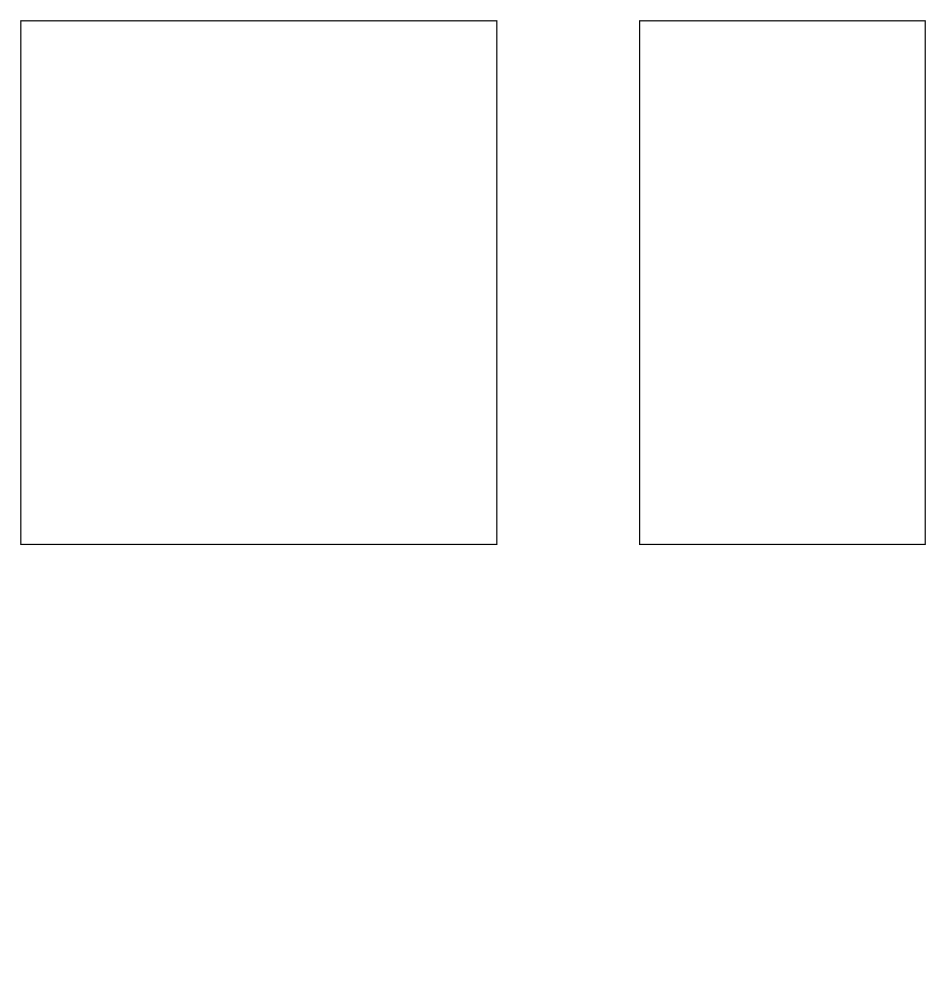
megavad/Diagrams keeps this draw.io diagram as AGVmini.drawio. Above is the earlier version. Source tidied: cells renumbered, new cells numbered last; positions are measured from the earlier drawing's top-left corner, leaving out a move shared by most shapes. Both pictures are drawn from the tidied source at 119%, with x=0, y=0 at pixel (20, 20).
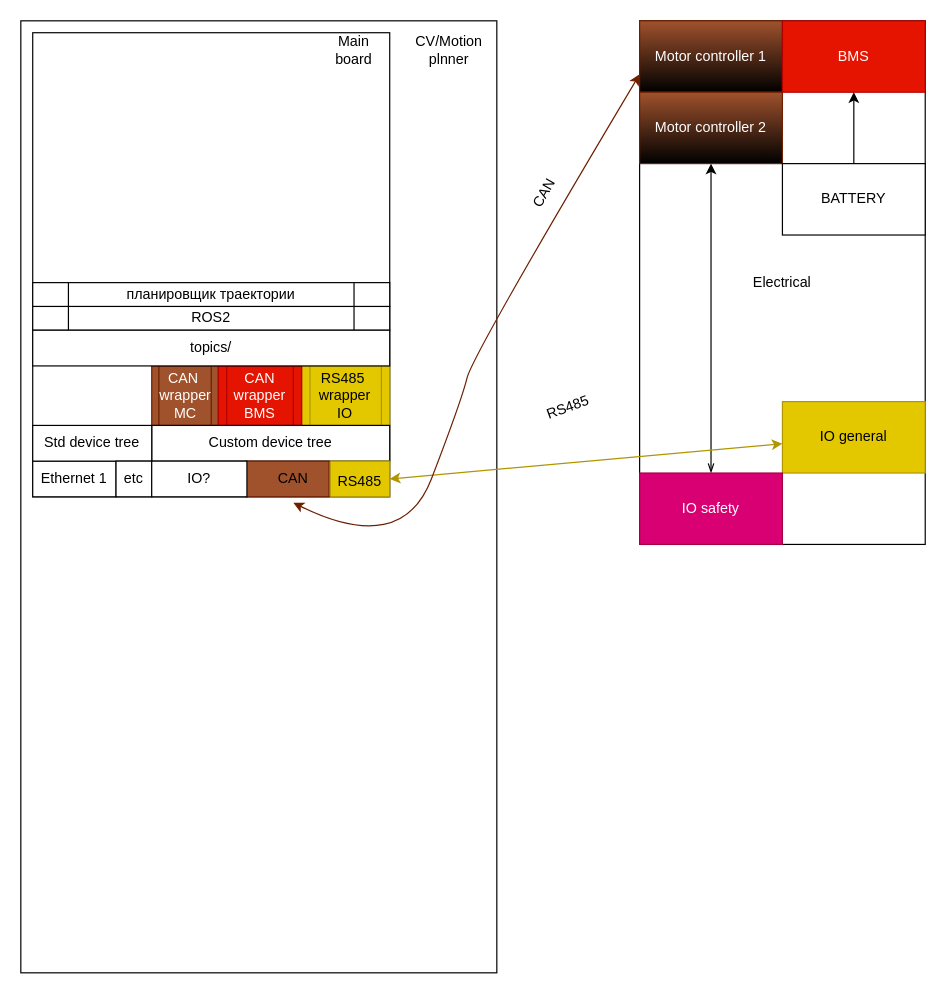
The same page after the edit.

What changed in the source:
```diff
@@
     <mxCell id="2" style="rounded=0;whiteSpace=wrap;html=1;" parent="1" vertex="1">
-      <mxGeometry width="400" height="440" as="geometry" />
+      <mxGeometry width="400" height="800" as="geometry" />
     </mxCell>
-    <mxCell id="3" style="rounded=0;whiteSpace=wrap;html=1;" parent="1" vertex="1">
+    <mxCell id="3" value="Electrical" style="rounded=0;whiteSpace=wrap;html=1;" parent="1" vertex="1">
       <mxGeometry x="520" width="240" height="440" as="geometry" />
     </mxCell>
+    <mxCell id="4" style="rounded=0;whiteSpace=wrap;html=1;" parent="1" vertex="1">
+      <mxGeometry x="10" y="10" width="300" height="390" as="geometry" />
+    </mxCell>
+    <mxCell id="5" value="ROS2" style="shape=process;whiteSpace=wrap;html=1;backgroundOutline=1;" parent="1" vertex="1">
+      <mxGeometry x="10" y="240" width="300" height="20" as="geometry" />
+    </mxCell>
+    <mxCell id="6" value="CV/Motion plnner" style="text;html=1;whiteSpace=wrap;strokeColor=none;fillColor=none;align=center;verticalAlign=middle;rounded=0;" parent="1" vertex="1">
+      <mxGeometry x="330" y="10" width="60" height="30" as="geometry" />
+    </mxCell>
+    <mxCell id="7" value="CAN&amp;nbsp;&lt;div&gt;wrapper&lt;div&gt;MC&lt;/div&gt;&lt;/div&gt;" style="shape=process;whiteSpace=wrap;html=1;backgroundOutline=1;fillColor=#a0522d;fontColor=#ffffff;strokeColor=#6D1F00;gradientColor=none;" parent="1" vertex="1">
+      <mxGeometry x="110" y="290" width="56" height="50" as="geometry" />
+    </mxCell>
+    <mxCell id="8" value="RS485&amp;nbsp;&lt;div&gt;wrapper&lt;/div&gt;&lt;div&gt;IO&lt;/div&gt;" style="shape=process;whiteSpace=wrap;html=1;backgroundOutline=1;fillColor=#e3c800;fontColor=#000000;strokeColor=#B09500;" parent="1" vertex="1">
+      <mxGeometry x="236" y="290" width="74" height="50" as="geometry" />
+    </mxCell>
+    <mxCell id="9" value="Motor controller 1" style="rounded=0;whiteSpace=wrap;html=1;fillColor=#a0522d;strokeColor=#6D1F00;fontColor=#ffffff;gradientColor=default;" parent="1" vertex="1">
+      <mxGeometry x="520" width="120" height="60" as="geometry" />
+    </mxCell>
+    <mxCell id="10" value="Motor controller 2" style="rounded=0;whiteSpace=wrap;html=1;fillColor=#a0522d;fontColor=#ffffff;strokeColor=#6D1F00;gradientColor=default;" parent="1" vertex="1">
+      <mxGeometry x="520" y="60" width="120" height="60" as="geometry" />
+    </mxCell>
+    <mxCell id="11" value="BMS" style="rounded=0;whiteSpace=wrap;html=1;fillColor=#e51400;fontColor=#ffffff;strokeColor=#B20000;" parent="1" vertex="1">
+      <mxGeometry x="640" width="120" height="60" as="geometry" />
+    </mxCell>
+    <mxCell id="12" value="CAN wrapper&lt;div&gt;BMS&lt;/div&gt;" style="shape=process;whiteSpace=wrap;html=1;backgroundOutline=1;fillColor=#e51400;fontColor=#ffffff;strokeColor=#B20000;" parent="1" vertex="1">
+      <mxGeometry x="166" y="290" width="70" height="50" as="geometry" />
+    </mxCell>
+    <mxCell id="13" value="Custom device tree" style="rounded=0;whiteSpace=wrap;html=1;" parent="1" vertex="1">
+      <mxGeometry x="110" y="340" width="200" height="30" as="geometry" />
+    </mxCell>
+    <mxCell id="14" style="group;rotation=90;" parent="1" vertex="1">
+      <mxGeometry x="270" y="370" width="40" height="50" as="geometry" />
+    </mxCell>
+    <mxCell id="15" style="rounded=0;whiteSpace=wrap;html=1;rotation=90;fillColor=#e3c800;fontColor=#000000;strokeColor=#B09500;" parent="14" vertex="1">
+      <mxGeometry y="-10" width="30" height="50" as="geometry" />
+    </mxCell>
+    <mxCell id="16" value="RS485" style="text;html=1;whiteSpace=wrap;strokeColor=none;fillColor=none;align=center;verticalAlign=middle;rounded=0;rotation=0;" parent="14" vertex="1">
+      <mxGeometry x="-5" y="4.2" width="40" height="25" as="geometry" />
+    </mxCell>
+    <mxCell id="17" value="Ethernet 1" style="rounded=0;whiteSpace=wrap;html=1;" parent="1" vertex="1">
+      <mxGeometry x="10" y="370" width="70" height="30" as="geometry" />
+    </mxCell>
+    <mxCell id="18" style="edgeStyle=orthogonalEdgeStyle;rounded=0;orthogonalLoop=1;jettySize=auto;html=1;exitX=0.5;exitY=1;exitDx=0;exitDy=0;" parent="1" edge="1" source="13" target="13">
+      <mxGeometry relative="1" as="geometry" />
+    </mxCell>
+    <mxCell id="19" style="group;rotation=90;" parent="1" vertex="1">
+      <mxGeometry x="204" y="350" width="40" height="70" as="geometry" />
+    </mxCell>
+    <mxCell id="20" style="rounded=0;whiteSpace=wrap;html=1;rotation=90;fillColor=#a0522d;fontColor=#ffffff;strokeColor=#6D1F00;" parent="19" vertex="1">
+      <mxGeometry x="5" width="30" height="70" as="geometry" />
+    </mxCell>
+    <mxCell id="21" value="CAN" style="text;html=1;whiteSpace=wrap;strokeColor=none;fillColor=none;align=center;verticalAlign=middle;rounded=0;rotation=0;" parent="19" vertex="1">
+      <mxGeometry x="5" y="15" width="40" height="40" as="geometry" />
+    </mxCell>
+    <mxCell id="22" value="Std device tree" style="rounded=0;whiteSpace=wrap;html=1;" parent="1" vertex="1">
+      <mxGeometry x="10" y="340" width="100" height="30" as="geometry" />
+    </mxCell>
+    <mxCell id="23" value="etc" style="rounded=0;whiteSpace=wrap;html=1;" parent="1" vertex="1">
+      <mxGeometry x="80" y="370" width="30" height="30" as="geometry" />
+    </mxCell>
+    <mxCell id="24" value="IO?" style="rounded=0;whiteSpace=wrap;html=1;" parent="1" vertex="1">
+      <mxGeometry x="110" y="370" width="80" height="30" as="geometry" />
+    </mxCell>
+    <mxCell id="25" value="topics/" style="rounded=0;whiteSpace=wrap;html=1;" parent="1" vertex="1">
+      <mxGeometry x="10" y="260" width="300" height="30" as="geometry" />
+    </mxCell>
+    <mxCell id="26" value="планировщик траектории" style="shape=process;whiteSpace=wrap;html=1;backgroundOutline=1;" parent="1" vertex="1">
+      <mxGeometry x="10" y="220" width="300" height="20" as="geometry" />
+    </mxCell>
+    <mxCell id="27" value="Main board" style="text;html=1;whiteSpace=wrap;strokeColor=none;fillColor=none;align=center;verticalAlign=middle;rounded=0;" parent="1" vertex="1">
+      <mxGeometry x="250" y="10" width="60" height="30" as="geometry" />
+    </mxCell>
+    <mxCell id="28" value="IO general" style="rounded=0;whiteSpace=wrap;html=1;fillColor=#e3c800;fontColor=#000000;strokeColor=#B09500;" parent="1" vertex="1">
+      <mxGeometry x="640" y="320" width="120" height="60" as="geometry" />
+    </mxCell>
+    <mxCell id="29" style="edgeStyle=orthogonalEdgeStyle;rounded=0;jettySize=auto;html=1;entryX=0.5;entryY=1;entryDx=0;entryDy=0;startArrow=openThin;startFill=0;" parent="1" edge="1" source="30" target="10">
+      <mxGeometry relative="1" as="geometry" />
+    </mxCell>
+    <mxCell id="30" value="IO safety" style="rounded=0;whiteSpace=wrap;html=1;fillColor=#d80073;fontColor=#ffffff;strokeColor=#A50040;" parent="1" vertex="1">
+      <mxGeometry x="520" y="380" width="120" height="60" as="geometry" />
+    </mxCell>
+    <mxCell id="31" style="endArrow=classic;startArrow=classic;html=1;rounded=0;exitX=0.5;exitY=0;exitDx=0;exitDy=0;fillColor=#e3c800;strokeColor=#B09500;" parent="1" edge="1" source="15" target="28">
+      <mxGeometry relative="1" as="geometry" />
+    </mxCell>
+    <mxCell id="32" style="curved=1;endArrow=classic;html=1;rounded=0;exitX=0.5;exitY=1;exitDx=0;exitDy=0;entryX=0;entryY=0.75;entryDx=0;entryDy=0;fillColor=#a0522d;strokeColor=#6D1F00;startArrow=classic;startFill=1;" parent="1" edge="1" source="21" target="9">
+      <mxGeometry relative="1" as="geometry">
+        <Array as="points">
+          <mxPoint x="320" y="450" />
+          <mxPoint x="370" y="320" />
+          <mxPoint x="380" y="280" />
+        </Array>
+      </mxGeometry>
+    </mxCell>
+    <mxCell id="33" value="RS485" style="text;html=1;whiteSpace=wrap;strokeColor=none;fillColor=none;align=center;verticalAlign=middle;rounded=0;rotation=-20;" parent="1" vertex="1">
+      <mxGeometry x="430" y="310" width="60" height="30" as="geometry" />
+    </mxCell>
+    <mxCell id="34" value="CAN" style="text;html=1;whiteSpace=wrap;strokeColor=none;fillColor=none;align=center;verticalAlign=middle;rounded=0;rotation=-60;" parent="1" vertex="1">
+      <mxGeometry x="410" y="130" width="60" height="30" as="geometry" />
+    </mxCell>
+    <mxCell id="35" style="edgeStyle=orthogonalEdgeStyle;rounded=0;jettySize=auto;html=1;" parent="1" edge="1" source="36" target="11">
+      <mxGeometry relative="1" as="geometry" />
+    </mxCell>
+    <mxCell id="36" value="BATTERY" style="rounded=0;whiteSpace=wrap;html=1;" parent="1" vertex="1">
+      <mxGeometry x="640" y="120" width="120" height="60" as="geometry" />
+    </mxCell>
```
